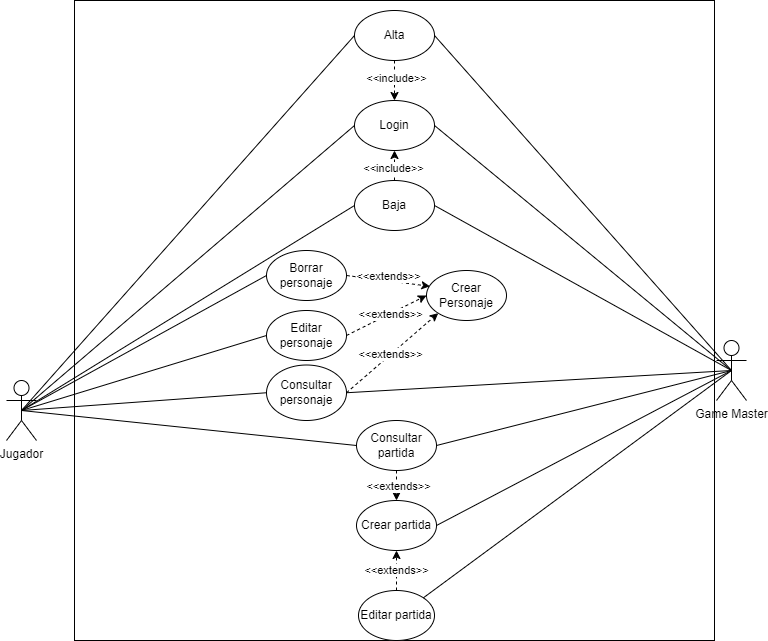
Before: Entornos/img/Casos de uso.png, a diagram exported from draw.io (ruben170305/AdraKode). Source tidied: cells renumbered, new cells last; positions are measured from the earlier drawing's top-left corner, leaving out a move shared by most shapes.
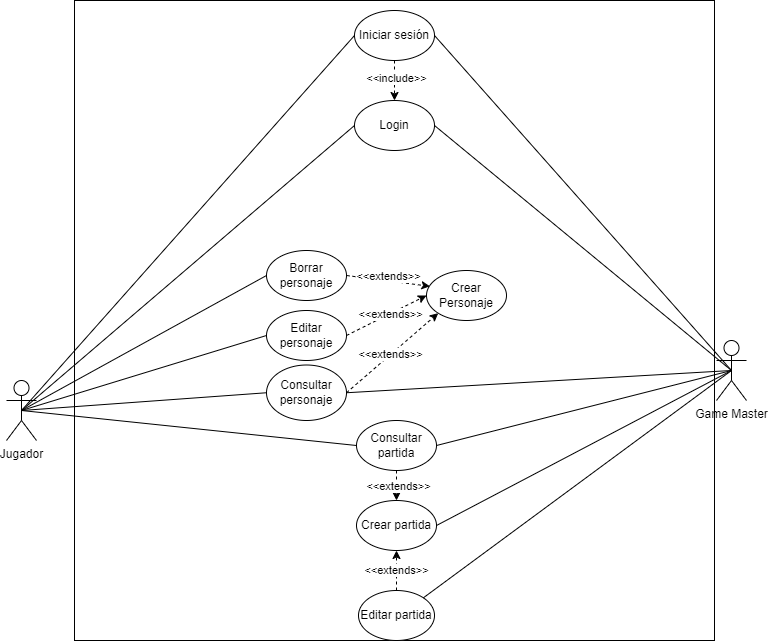
The same file after the commit.

The edit, as a diff of the source:
```diff
@@ -8,15 +8,12 @@
     <mxCell id="3" value="Jugador" style="shape=umlActor;verticalLabelPosition=bottom;verticalAlign=top;html=1;outlineConnect=0;" parent="1" vertex="1">
       <mxGeometry y="380" width="30" height="60" as="geometry" />
     </mxCell>
-    <mxCell id="4" value="Alta" style="ellipse;whiteSpace=wrap;html=1;" parent="1" vertex="1">
+    <mxCell id="4" value="Iniciar sesión" style="ellipse;whiteSpace=wrap;html=1;" parent="1" vertex="1">
       <mxGeometry x="348" y="10" width="80" height="50" as="geometry" />
     </mxCell>
     <mxCell id="5" value="Login" style="ellipse;whiteSpace=wrap;html=1;" parent="1" vertex="1">
       <mxGeometry x="348" y="100" width="80" height="50" as="geometry" />
     </mxCell>
-    <mxCell id="6" value="Baja" style="ellipse;whiteSpace=wrap;html=1;" parent="1" vertex="1">
-      <mxGeometry x="348" y="180" width="80" height="50" as="geometry" />
-    </mxCell>
     <mxCell id="7" value="Borrar&lt;div&gt;personaje&lt;/div&gt;" style="ellipse;whiteSpace=wrap;html=1;" parent="1" vertex="1">
       <mxGeometry x="260" y="250" width="80" height="50" as="geometry" />
     </mxCell>
@@ -32,9 +29,6 @@
     <mxCell id="11" style="endArrow=none;html=1;rounded=0;exitX=0.5;exitY=0.5;exitDx=0;exitDy=0;exitPerimeter=0;entryX=0;entryY=0.5;entryDx=0;entryDy=0;" parent="1" edge="1" source="3" target="4">
       <mxGeometry relative="1" as="geometry" />
     </mxCell>
-    <mxCell id="12" style="endArrow=none;html=1;rounded=0;exitX=0.5;exitY=0.5;exitDx=0;exitDy=0;exitPerimeter=0;entryX=0;entryY=0.5;entryDx=0;entryDy=0;" parent="1" edge="1" source="3" target="6">
-      <mxGeometry relative="1" as="geometry" />
-    </mxCell>
     <mxCell id="13" style="endArrow=none;html=1;rounded=0;exitX=0.5;exitY=0.5;exitDx=0;exitDy=0;exitPerimeter=0;entryX=0;entryY=0.5;entryDx=0;entryDy=0;" parent="1" edge="1" source="3" target="7">
       <mxGeometry relative="1" as="geometry" />
     </mxCell>
@@ -71,9 +65,6 @@
     <mxCell id="24" style="endArrow=none;html=1;rounded=0;entryX=0.5;entryY=0.5;entryDx=0;entryDy=0;entryPerimeter=0;exitX=1;exitY=0.5;exitDx=0;exitDy=0;" parent="1" edge="1" source="5" target="16">
       <mxGeometry relative="1" as="geometry" />
     </mxCell>
-    <mxCell id="25" style="endArrow=none;html=1;rounded=0;entryX=0.5;entryY=0.5;entryDx=0;entryDy=0;entryPerimeter=0;exitX=1;exitY=0.5;exitDx=0;exitDy=0;" parent="1" edge="1" source="6" target="16">
-      <mxGeometry relative="1" as="geometry" />
-    </mxCell>
     <mxCell id="26" style="endArrow=classic;html=1;rounded=0;entryX=0;entryY=0.5;entryDx=0;entryDy=0;exitX=1;exitY=0.5;exitDx=0;exitDy=0;dashed=1;" parent="1" edge="1" source="20" target="8">
       <mxGeometry relative="1" as="geometry" />
     </mxCell>
@@ -112,12 +103,6 @@
     <mxCell id="37" value="&amp;lt;&amp;lt;include&amp;gt;&amp;gt;" style="edgeLabel;html=1;align=center;verticalAlign=middle;" parent="36" vertex="1">
       <mxGeometry x="-0.15" y="1" relative="1" as="geometry" />
     </mxCell>
-    <mxCell id="38" style="endArrow=classic;html=1;rounded=0;exitX=0.5;exitY=0;exitDx=0;exitDy=0;entryX=0.5;entryY=1;entryDx=0;entryDy=0;dashed=1;" parent="1" edge="1" source="6" target="5">
-      <mxGeometry relative="1" as="geometry" />
-    </mxCell>
-    <mxCell id="39" value="&amp;lt;&amp;lt;include&amp;gt;&amp;gt;" style="edgeLabel;html=1;align=center;verticalAlign=middle;" parent="38" vertex="1">
-      <mxGeometry x="-0.13" y="2" relative="1" as="geometry" />
-    </mxCell>
     <mxCell id="40" style="endArrow=none;html=1;rounded=0;exitX=1;exitY=0.5;exitDx=0;exitDy=0;entryX=0.5;entryY=0.5;entryDx=0;entryDy=0;entryPerimeter=0;" parent="1" edge="1" source="9" target="16">
       <mxGeometry relative="1" as="geometry" />
     </mxCell>
```
